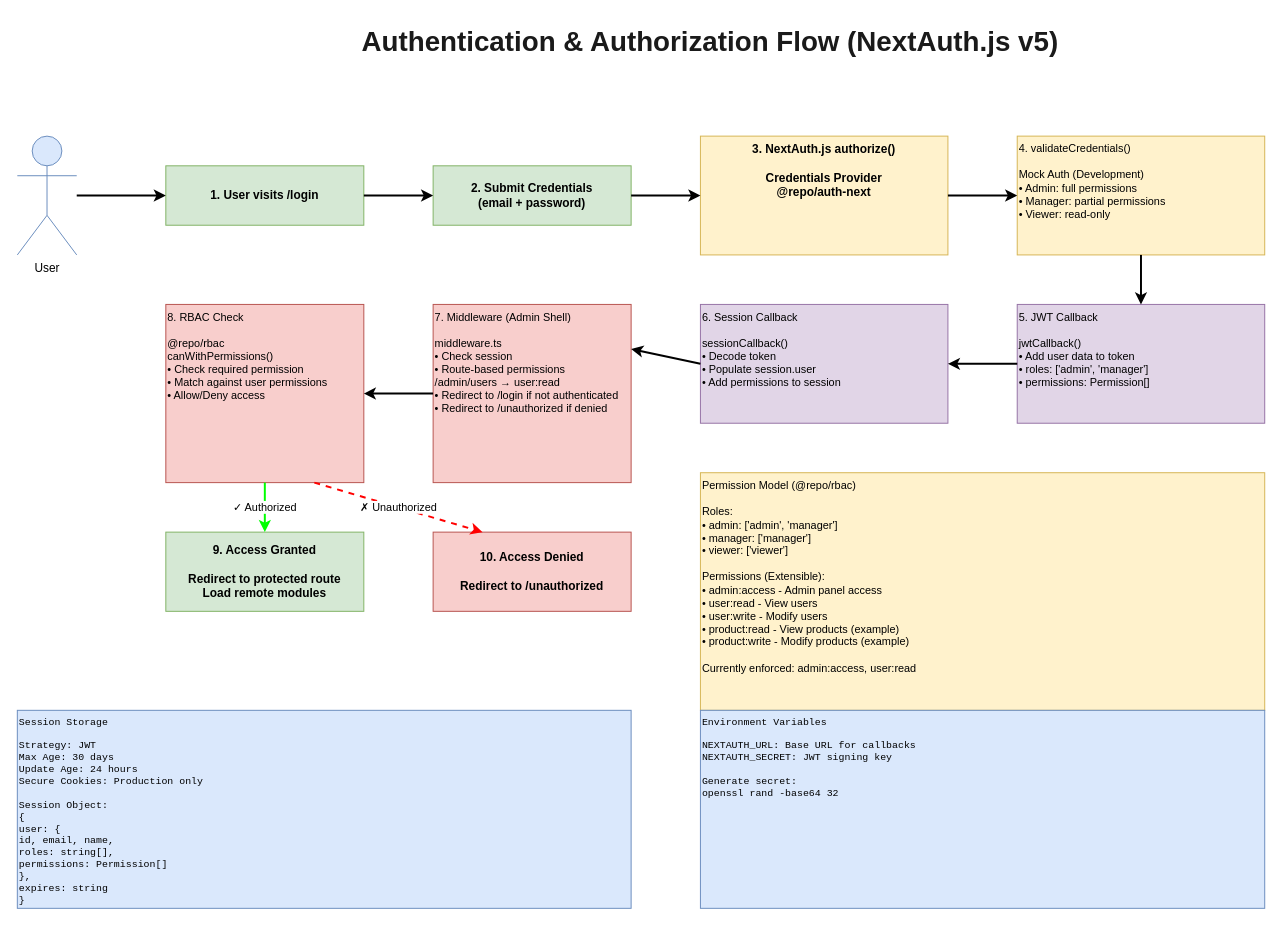
Before: page "3. Authentication Flow" (3 of 4) of docs/MFE.drawio.xml in pmann2110/mfe-template, a draw.io diagram. Source tidied: cells renumbered, new cells numbered last; positions are measured from the earlier drawing's top-left corner, leaving out a move shared by most shapes. Both pictures are drawn from the tidied source at 99%, with x=0, y=0 at pixel (17, 17).
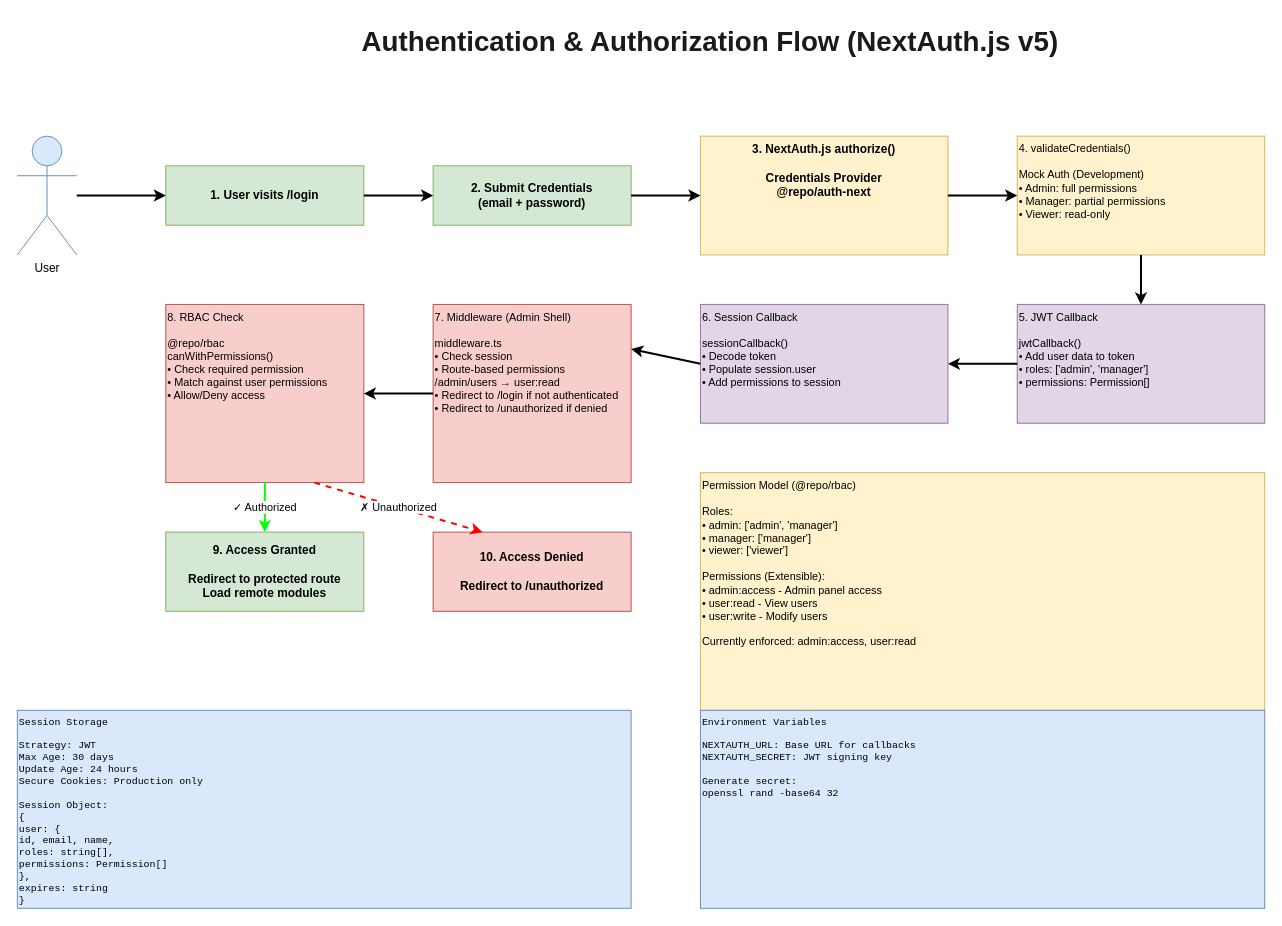
After the change.

Diff of the diagram source:
```diff
@@
-    <mxCell id="24" value="Permission Model (@repo/rbac)&#10;&#10;Roles:&#10;• admin: ['admin', 'manager']&#10;• manager: ['manager']&#10;• viewer: ['viewer']&#10;&#10;Permissions (Extensible):&#10;• admin:access - Admin panel access&#10;• user:read - View users&#10;• user:write - Modify users&#10;• product:read - View products (example)&#10;• product:write - Modify products (example)&#10;&#10;Currently enforced: admin:access, user:read" style="rounded=0;whiteSpace=wrap;html=1;fillColor=#fff2cc;strokeColor=#d6b656;fontSize=11;align=left;verticalAlign=top;" parent="1" vertex="1">
+    <mxCell id="24" value="Permission Model (@repo/rbac)&#10;&#10;Roles:&#10;• admin: ['admin', 'manager']&#10;• manager: ['manager']&#10;• viewer: ['viewer']&#10;&#10;Permissions (Extensible):&#10;• admin:access - Admin panel access&#10;• user:read - View users&#10;• user:write - Modify users&#10;&#10;Currently enforced: admin:access, user:read" style="rounded=0;whiteSpace=wrap;html=1;fillColor=#fff2cc;strokeColor=#d6b656;fontSize=11;align=left;verticalAlign=top;" parent="1" vertex="1">
       <mxGeometry x="690" y="460" width="570" height="240" as="geometry" />
     </mxCell>
```
